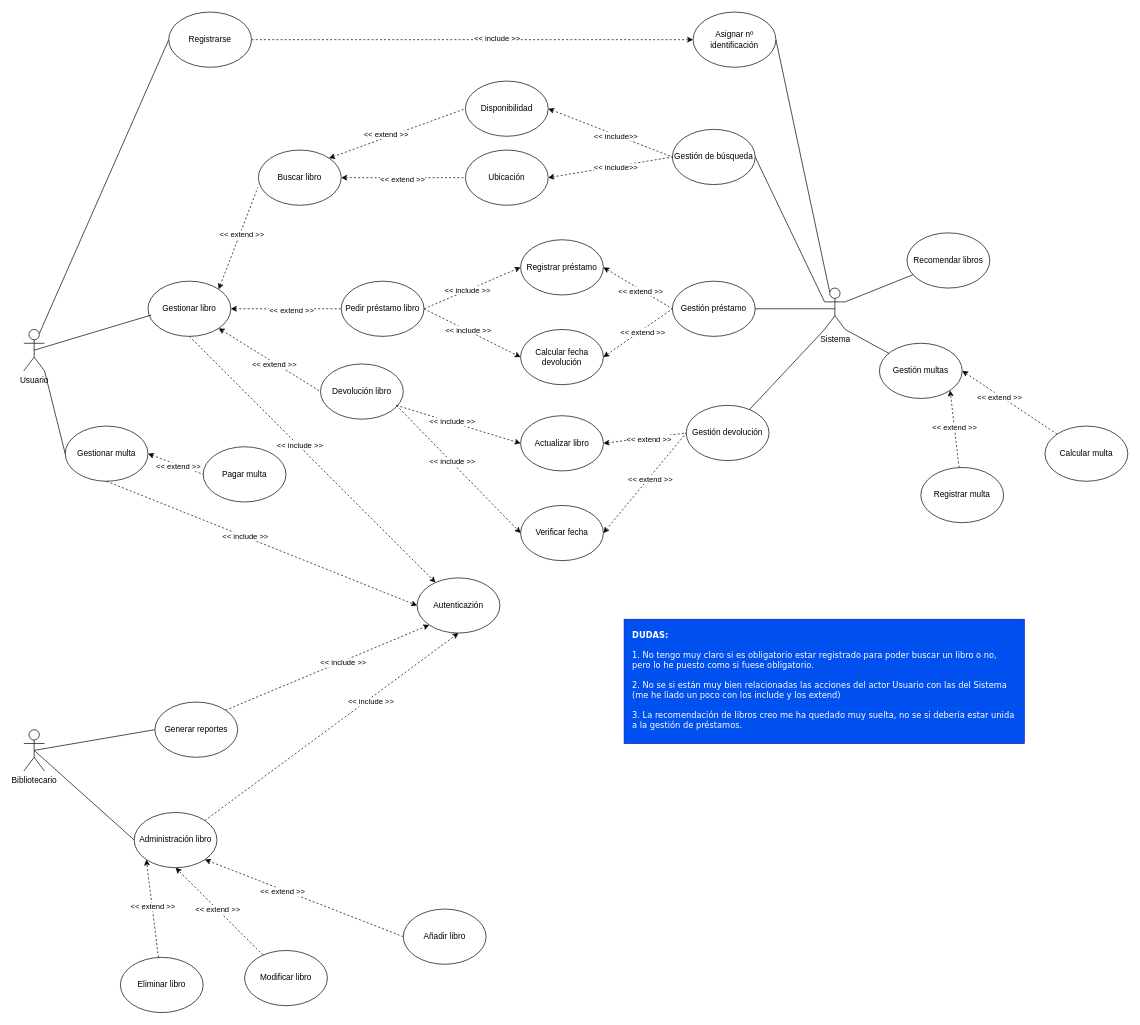
Before: 1° DAW/ENTORNO DE DESARROLLO/UD2/Practica/ExamenAnterior/Ejercicio2.drawio in AndersonOlivos/DAW-SAFA, a draw.io diagram. Source tidied: cells renumbered, new cells numbered last; positions are measured from the earlier drawing's top-left corner, leaving out a move shared by most shapes. Both pictures are drawn from the tidied source at 69%, with x=0, y=0 at pixel (23, 12).
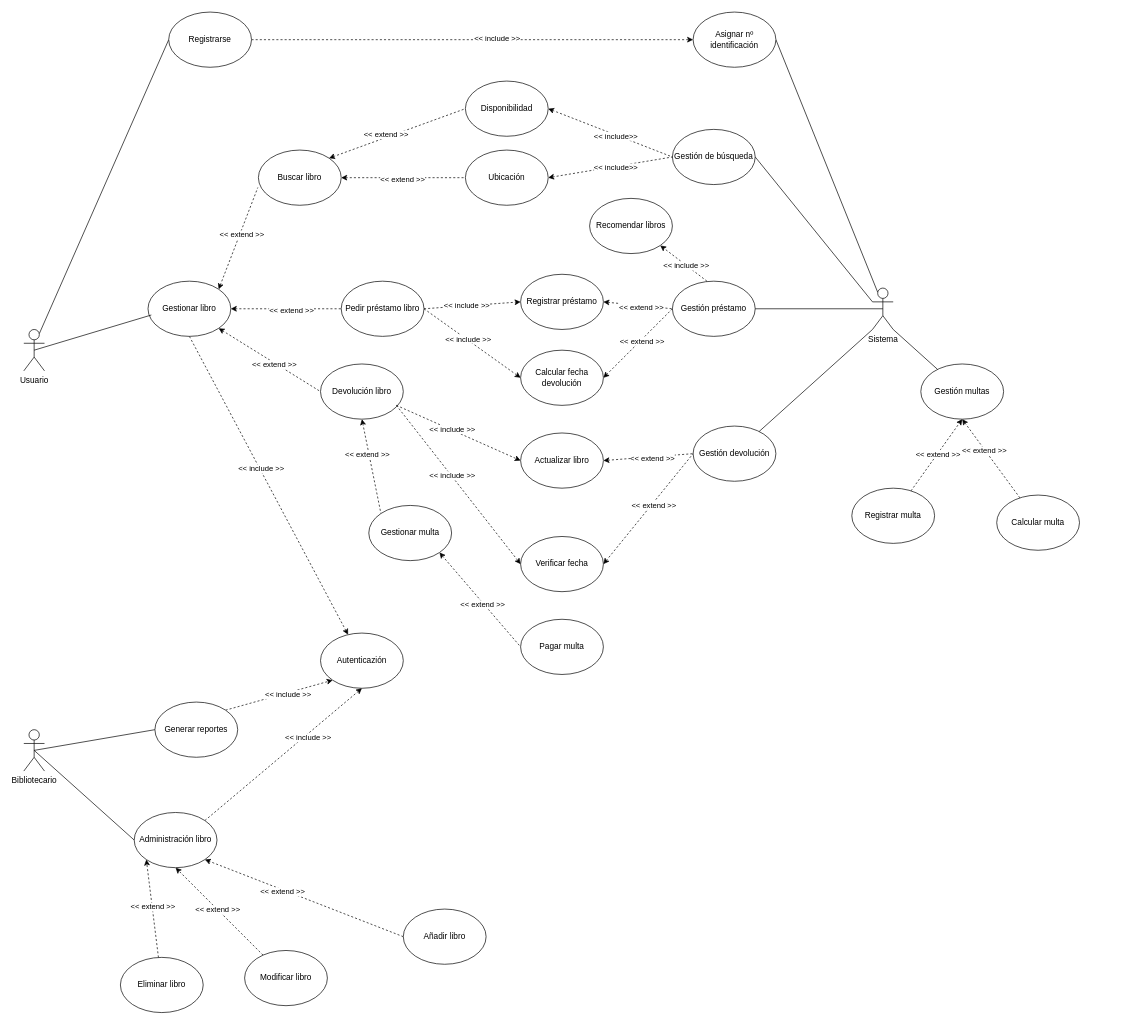
The same diagram, later.

Commit message:
Ejercicio 2 Examen Anterior

The change refers to these unchanged cells:
```xml
<mxCell id="3" value="Usuario" style="shape=umlActor;verticalLabelPosition=bottom;verticalAlign=top;html=1;outlineConnect=0;" parent="1" vertex="1">
  <mxGeometry y="460" width="30" height="60" as="geometry" />
</mxCell>
<mxCell id="14" value="Devolución libro" style="ellipse;whiteSpace=wrap;html=1;" parent="1" vertex="1">
  <mxGeometry x="430" y="510" width="120" height="80" as="geometry" />
</mxCell>
<mxCell id="21" value="Gestión préstamo" style="ellipse;whiteSpace=wrap;html=1;" parent="1" vertex="1">
  <mxGeometry x="940" y="390" width="120" height="80" as="geometry" />
</mxCell>
```

Diff of the diagram source:
```diff
@@
     <mxCell id="4" value="Autenticazión" style="ellipse;whiteSpace=wrap;html=1;" parent="1" vertex="1">
-      <mxGeometry x="570" y="820" width="120" height="80" as="geometry" />
+      <mxGeometry x="430" y="900" width="120" height="80" as="geometry" />
     </mxCell>
@@
+    <mxCell id="100" style="rounded=0;jettySize=auto;html=1;exitX=0.5;exitY=1;exitDx=0;exitDy=0;entryX=0;entryY=0;entryDx=0;entryDy=0;dashed=1;endArrow=none;endFill=0;startArrow=classic;startFill=1;" parent="1" edge="1" source="14" target="50">
+      <mxGeometry relative="1" as="geometry" />
+    </mxCell>
+    <mxCell id="101" value="&amp;lt;&amp;lt; extend &amp;gt;&amp;gt;" style="edgeLabel;html=1;align=center;verticalAlign=middle;" parent="100" vertex="1">
+      <mxGeometry x="-0.25" y="-3" relative="1" as="geometry" />
+    </mxCell>
@@
     <mxCell id="15" value="Registrar préstamo" style="ellipse;whiteSpace=wrap;html=1;" parent="1" vertex="1">
-      <mxGeometry x="720" y="330" width="120" height="80" as="geometry" />
+      <mxGeometry x="720" y="380" width="120" height="80" as="geometry" />
     </mxCell>
     <mxCell id="16" value="Calcular fecha devolución" style="ellipse;whiteSpace=wrap;html=1;" parent="1" vertex="1">
-      <mxGeometry x="720" y="460" width="120" height="80" as="geometry" />
+      <mxGeometry x="720" y="490" width="120" height="80" as="geometry" />
     </mxCell>
@@
-    <mxCell id="19" style="rounded=0;jettySize=auto;html=1;exitX=1;exitY=0.3333333333333333;exitDx=0;exitDy=0;exitPerimeter=0;endArrow=none;endFill=0;" parent="1" edge="1" source="20" target="97">
-      <mxGeometry relative="1" as="geometry" />
-    </mxCell>
     <mxCell id="20" value="Sistema" style="shape=umlActor;verticalLabelPosition=bottom;verticalAlign=top;html=1;outlineConnect=0;" parent="1" vertex="1">
-      <mxGeometry x="1160.5" y="400" width="30" height="60" as="geometry" />
+      <mxGeometry x="1230" y="400" width="30" height="60" as="geometry" />
     </mxCell>
@@
     <mxCell id="38" value="Actualizar libro" style="ellipse;whiteSpace=wrap;html=1;" parent="1" vertex="1">
-      <mxGeometry x="720" y="585" width="120" height="80" as="geometry" />
+      <mxGeometry x="720" y="610" width="120" height="80" as="geometry" />
     </mxCell>
     <mxCell id="39" value="Verificar fecha" style="ellipse;whiteSpace=wrap;html=1;" parent="1" vertex="1">
-      <mxGeometry x="720" y="715" width="120" height="80" as="geometry" />
+      <mxGeometry x="720" y="760" width="120" height="80" as="geometry" />
     </mxCell>
@@
     <mxCell id="44" value="Gestión devolución" style="ellipse;whiteSpace=wrap;html=1;" parent="1" vertex="1">
-      <mxGeometry x="960" y="570" width="120" height="80" as="geometry" />
+      <mxGeometry x="970" y="600" width="120" height="80" as="geometry" />
     </mxCell>
@@
     <mxCell id="50" value="Gestionar multa" style="ellipse;whiteSpace=wrap;html=1;" parent="1" vertex="1">
-      <mxGeometry x="60" y="600" width="120" height="80" as="geometry" />
+      <mxGeometry x="500" y="715" width="120" height="80" as="geometry" />
     </mxCell>
-    <mxCell id="51" style="rounded=0;jettySize=auto;html=1;exitX=1;exitY=1;exitDx=0;exitDy=0;exitPerimeter=0;endArrow=none;endFill=0;entryX=0;entryY=0.5;entryDx=0;entryDy=0;" parent="1" edge="1" source="3" target="50">
-      <mxGeometry relative="1" as="geometry" />
-    </mxCell>
-    <mxCell id="52" style="rounded=0;jettySize=auto;html=1;dashed=1;entryX=0;entryY=0.5;entryDx=0;entryDy=0;exitX=0.5;exitY=1;exitDx=0;exitDy=0;" parent="1" edge="1" source="50" target="4">
-      <mxGeometry relative="1" as="geometry" />
-    </mxCell>
-    <mxCell id="53" value="&amp;lt;&amp;lt; include &amp;gt;&amp;gt;" style="edgeLabel;html=1;align=center;verticalAlign=middle;" parent="52" vertex="1">
-      <mxGeometry x="-0.11" y="1" relative="1" as="geometry" />
-    </mxCell>
     <mxCell id="54" value="Gestión multas" style="ellipse;whiteSpace=wrap;html=1;" parent="1" vertex="1">
-      <mxGeometry x="1240" y="480" width="120" height="80" as="geometry" />
+      <mxGeometry x="1300" y="510" width="120" height="80" as="geometry" />
     </mxCell>
@@
-    <mxCell id="56" style="rounded=0;jettySize=auto;html=1;entryX=1;entryY=1;entryDx=0;entryDy=0;dashed=1;" parent="1" edge="1" source="59" target="54">
+    <mxCell id="56" style="rounded=0;jettySize=auto;html=1;entryX=0.5;entryY=1;entryDx=0;entryDy=0;dashed=1;" parent="1" edge="1" source="59" target="54">
       <mxGeometry relative="1" as="geometry" />
     </mxCell>
@@
     <mxCell id="59" value="Registrar multa" style="ellipse;whiteSpace=wrap;html=1;" parent="1" vertex="1">
-      <mxGeometry x="1300" y="660" width="120" height="80" as="geometry" />
+      <mxGeometry x="1200" y="690" width="120" height="80" as="geometry" />
     </mxCell>
-    <mxCell id="60" style="rounded=0;jettySize=auto;html=1;entryX=1;entryY=0.5;entryDx=0;entryDy=0;dashed=1;" parent="1" edge="1" source="62" target="54">
+    <mxCell id="60" style="rounded=0;jettySize=auto;html=1;entryX=0.5;entryY=1;entryDx=0;entryDy=0;dashed=1;" parent="1" edge="1" source="62" target="54">
       <mxGeometry relative="1" as="geometry" />
     </mxCell>
@@
     <mxCell id="62" value="Calcular multa" style="ellipse;whiteSpace=wrap;html=1;" parent="1" vertex="1">
-      <mxGeometry x="1480" y="600" width="120" height="80" as="geometry" />
+      <mxGeometry x="1410" y="700" width="120" height="80" as="geometry" />
     </mxCell>
     <mxCell id="63" value="Pagar multa" style="ellipse;whiteSpace=wrap;html=1;" parent="1" vertex="1">
-      <mxGeometry x="260" y="630" width="120" height="80" as="geometry" />
+      <mxGeometry x="720" y="880" width="120" height="80" as="geometry" />
     </mxCell>
-    <mxCell id="64" style="rounded=0;jettySize=auto;html=1;exitX=1;exitY=0.5;exitDx=0;exitDy=0;entryX=0;entryY=0.5;entryDx=0;entryDy=0;dashed=1;startArrow=classic;startFill=1;endArrow=none;endFill=0;" parent="1" edge="1" source="50" target="63">
+    <mxCell id="64" style="rounded=0;jettySize=auto;html=1;exitX=1;exitY=1;exitDx=0;exitDy=0;entryX=0;entryY=0.5;entryDx=0;entryDy=0;dashed=1;startArrow=classic;startFill=1;endArrow=none;endFill=0;" parent="1" edge="1" source="50" target="63">
       <mxGeometry relative="1" as="geometry" />
     </mxCell>
@@
     <mxCell id="97" value="Recomendar libros" style="ellipse;whiteSpace=wrap;html=1;" parent="1" vertex="1">
-      <mxGeometry x="1280" y="320" width="120" height="80" as="geometry" />
+      <mxGeometry x="820" y="270" width="120" height="80" as="geometry" />
     </mxCell>
-    <mxCell id="98" style="edgeStyle=orthogonalEdgeStyle;rounded=0;jettySize=auto;html=1;exitX=0.5;exitY=1;exitDx=0;exitDy=0;" parent="1" edge="1" source="99">
+    <mxCell id="98" style="edgeStyle=orthogonalEdgeStyle;rounded=0;orthogonalLoop=1;jettySize=auto;html=1;exitX=0.5;exitY=1;exitDx=0;exitDy=0;" parent="1" edge="1">
       <mxGeometry relative="1" as="geometry">
+        <mxPoint x="1160" y="1060" as="sourcePoint" />
         <mxPoint x="1160" y="1060" as="targetPoint" />
       </mxGeometry>
     </mxCell>
-    <mxCell id="99" value="&lt;b&gt;DUDAS:&lt;/b&gt;&lt;div&gt;&lt;br&gt;&lt;/div&gt;&lt;div&gt;1. No tengo muy claro si es obligatorio estar registrado para poder buscar un libro o no, pero lo he puesto como si fuese obligatorio.&lt;/div&gt;&lt;div&gt;&lt;br&gt;&lt;/div&gt;&lt;div&gt;2. No se si están muy bien relacionadas las acciones del actor Usuario con las del Sistema (me he liado un poco con los include y los extend)&lt;/div&gt;&lt;div&gt;&lt;br&gt;&lt;/div&gt;&lt;div&gt;3. La recomendación de libros creo me ha quedado muy suelta, no se si debería estar unida a la gestión de préstamos.&lt;/div&gt;" style="rounded=0;whiteSpace=wrap;html=1;align=left;verticalAlign=top;spacingLeft=10;spacingBottom=10;spacingRight=10;spacingTop=10;fillColor=#0050ef;fontColor=#ffffff;strokeColor=#001DBC;fontFamily=Verdana;" parent="1" vertex="1">
-      <mxGeometry x="870" y="880" width="580" height="180" as="geometry" />
-    </mxCell>
+    <mxCell id="102" style="rounded=0;jettySize=auto;html=1;exitX=0.417;exitY=0;exitDx=0;exitDy=0;dashed=1;entryX=1;entryY=1;entryDx=0;entryDy=0;exitPerimeter=0;" parent="1" edge="1" source="21" target="97">
+      <mxGeometry relative="1" as="geometry" />
+    </mxCell>
+    <mxCell id="53" value="&amp;lt;&amp;lt; include &amp;gt;&amp;gt;" style="edgeLabel;html=1;align=center;verticalAlign=middle;" parent="102" vertex="1">
+      <mxGeometry x="-0.11" y="1" relative="1" as="geometry" />
+    </mxCell>
```
